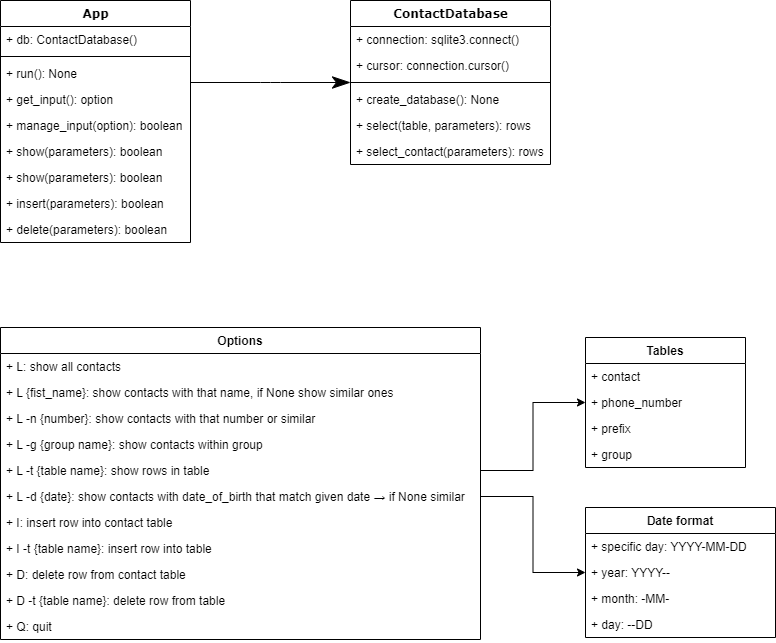
Before: diagram/diagram.png, a diagram exported from draw.io (tom-alexa/ContactDatabase). Source tidied: cells renumbered, new cells last; positions are measured from the earlier drawing's top-left corner, leaving out a move shared by most shapes. Its diagram source:
```xml
<mxGraphModel>
  <root>
    <mxCell id="0" />
    <mxCell id="1" parent="0" />
    <mxCell id="2" value="App" style="swimlane;html=1;fontStyle=1;align=center;verticalAlign=top;horizontal=1;startSize=26;swimlaneFillColor=#ffffff;rounded=0;shadow=0;comic=0;labelBackgroundColor=none;strokeWidth=1;fillColor=none;fontFamily=Verdana;fontSize=12;" parent="1" vertex="1">
      <mxGeometry width="190" height="242" as="geometry" />
    </mxCell>
    <mxCell id="3" value="+ db: ContactDatabase()" style="text;html=1;strokeColor=none;fillColor=none;align=left;verticalAlign=top;spacingLeft=4;spacingRight=4;whiteSpace=wrap;overflow=hidden;" parent="2" vertex="1">
      <mxGeometry y="26" width="190" height="26" as="geometry" />
    </mxCell>
    <mxCell id="4" style="line;html=1;strokeWidth=1;fillColor=none;align=left;verticalAlign=middle;spacingTop=-1;spacingLeft=3;spacingRight=3;labelPosition=right;" parent="2" vertex="1">
      <mxGeometry y="52" width="190" height="8" as="geometry" />
    </mxCell>
    <mxCell id="5" value="+ run(): None" style="text;html=1;strokeColor=none;fillColor=none;align=left;verticalAlign=top;spacingLeft=4;spacingRight=4;whiteSpace=wrap;overflow=hidden;" parent="2" vertex="1">
      <mxGeometry y="60" width="190" height="26" as="geometry" />
    </mxCell>
    <mxCell id="6" value="+ get_input(): option" style="text;html=1;strokeColor=none;fillColor=none;align=left;verticalAlign=top;spacingLeft=4;spacingRight=4;whiteSpace=wrap;overflow=hidden;" parent="2" vertex="1">
      <mxGeometry y="86" width="190" height="26" as="geometry" />
    </mxCell>
    <mxCell id="7" value="+ manage_input(option): boolean" style="text;html=1;strokeColor=none;fillColor=none;align=left;verticalAlign=top;spacingLeft=4;spacingRight=4;whiteSpace=wrap;overflow=hidden;" parent="2" vertex="1">
      <mxGeometry y="112" width="190" height="26" as="geometry" />
    </mxCell>
    <mxCell id="8" value="+ show(parameters): boolean" style="text;html=1;strokeColor=none;fillColor=none;align=left;verticalAlign=top;spacingLeft=4;spacingRight=4;whiteSpace=wrap;overflow=hidden;" parent="2" vertex="1">
      <mxGeometry y="138" width="190" height="26" as="geometry" />
    </mxCell>
    <mxCell id="9" value="+ show(parameters): boolean" style="text;html=1;strokeColor=none;fillColor=none;align=left;verticalAlign=top;spacingLeft=4;spacingRight=4;whiteSpace=wrap;overflow=hidden;" parent="2" vertex="1">
      <mxGeometry y="164" width="190" height="26" as="geometry" />
    </mxCell>
    <mxCell id="10" value="+ insert(parameters): boolean" style="text;html=1;strokeColor=none;fillColor=none;align=left;verticalAlign=top;spacingLeft=4;spacingRight=4;whiteSpace=wrap;overflow=hidden;" parent="2" vertex="1">
      <mxGeometry y="190" width="190" height="26" as="geometry" />
    </mxCell>
    <mxCell id="11" value="+ delete(parameters): boolean" style="text;html=1;strokeColor=none;fillColor=none;align=left;verticalAlign=top;spacingLeft=4;spacingRight=4;whiteSpace=wrap;overflow=hidden;" parent="2" vertex="1">
      <mxGeometry y="216" width="190" height="26" as="geometry" />
    </mxCell>
    <mxCell id="12" value="ContactDatabase" style="swimlane;html=1;fontStyle=1;align=center;verticalAlign=top;horizontal=1;startSize=26;swimlaneFillColor=#ffffff;rounded=0;shadow=0;comic=0;labelBackgroundColor=none;strokeWidth=1;fillColor=none;fontFamily=Verdana;fontSize=12;" parent="1" vertex="1">
      <mxGeometry x="350" width="200" height="164" as="geometry" />
    </mxCell>
    <mxCell id="13" value="+ connection: sqlite3.connect()" style="text;html=1;strokeColor=none;fillColor=none;align=left;verticalAlign=top;spacingLeft=4;spacingRight=4;whiteSpace=wrap;overflow=hidden;" parent="12" vertex="1">
      <mxGeometry y="26" width="200" height="26" as="geometry" />
    </mxCell>
    <mxCell id="14" value="+ cursor: connection.cursor()" style="text;html=1;strokeColor=none;fillColor=none;align=left;verticalAlign=top;spacingLeft=4;spacingRight=4;whiteSpace=wrap;overflow=hidden;" parent="12" vertex="1">
      <mxGeometry y="52" width="200" height="26" as="geometry" />
    </mxCell>
    <mxCell id="15" style="line;html=1;strokeWidth=1;fillColor=none;align=left;verticalAlign=middle;spacingTop=-1;spacingLeft=3;spacingRight=3;labelPosition=right;" parent="12" vertex="1">
      <mxGeometry y="78" width="200" height="8" as="geometry" />
    </mxCell>
    <mxCell id="16" value="+ create_database(): None" style="text;html=1;strokeColor=none;fillColor=none;align=left;verticalAlign=top;spacingLeft=4;spacingRight=4;whiteSpace=wrap;overflow=hidden;" parent="12" vertex="1">
      <mxGeometry y="86" width="200" height="26" as="geometry" />
    </mxCell>
    <mxCell id="17" value="+ select(table, parameters): rows" style="text;html=1;strokeColor=none;fillColor=none;align=left;verticalAlign=top;spacingLeft=4;spacingRight=4;whiteSpace=wrap;overflow=hidden;" parent="12" vertex="1">
      <mxGeometry y="112" width="200" height="26" as="geometry" />
    </mxCell>
    <mxCell id="18" value="+ select_contact(parameters): rows" style="text;html=1;strokeColor=none;fillColor=none;align=left;verticalAlign=top;spacingLeft=4;spacingRight=4;whiteSpace=wrap;overflow=hidden;" parent="12" vertex="1">
      <mxGeometry y="138" width="200" height="26" as="geometry" />
    </mxCell>
    <mxCell id="19" style="edgeStyle=elbowEdgeStyle;html=1;labelBackgroundColor=none;startFill=0;startSize=8;endArrow=classicThin;endFill=1;endSize=16;fontFamily=Verdana;fontSize=12;elbow=vertical;" parent="1" edge="1" source="2" target="12">
      <mxGeometry relative="1" as="geometry" />
    </mxCell>
    <mxCell id="20" value="Options" style="swimlane;fontStyle=1;horizontal=1;startSize=26;fillColor=default;swimlaneFillColor=default;" parent="1" vertex="1">
      <mxGeometry y="327" width="480" height="312" as="geometry" />
    </mxCell>
    <mxCell id="21" value="+ L: show all contacts" style="text;strokeColor=none;fillColor=none;align=left;verticalAlign=top;spacingLeft=4;spacingRight=4;overflow=hidden;" parent="20" vertex="1">
      <mxGeometry y="26" width="480" height="26" as="geometry" />
    </mxCell>
    <mxCell id="22" value="+ L {fist_name}: show contacts with that name, if None show similar ones" style="text;strokeColor=none;fillColor=none;align=left;verticalAlign=top;spacingLeft=4;spacingRight=4;overflow=hidden;" parent="20" vertex="1">
      <mxGeometry y="52" width="480" height="26" as="geometry" />
    </mxCell>
    <mxCell id="23" value="+ L -n {number}: show contacts with that number or similar" style="text;strokeColor=none;fillColor=none;align=left;verticalAlign=top;spacingLeft=4;spacingRight=4;overflow=hidden;" parent="20" vertex="1">
      <mxGeometry y="78" width="480" height="26" as="geometry" />
    </mxCell>
    <mxCell id="24" value="+ L -g {group name}: show contacts within group" style="text;strokeColor=none;fillColor=none;align=left;verticalAlign=top;spacingLeft=4;spacingRight=4;overflow=hidden;" parent="20" vertex="1">
      <mxGeometry y="104" width="480" height="26" as="geometry" />
    </mxCell>
    <mxCell id="25" value="+ L -t {table name}: show rows in table" style="text;strokeColor=none;fillColor=none;align=left;verticalAlign=top;spacingLeft=4;spacingRight=4;overflow=hidden;points=[[0,0.5],[1,0.5]];portConstraint=eastwest;" parent="20" vertex="1">
      <mxGeometry y="130" width="480" height="26" as="geometry" />
    </mxCell>
    <mxCell id="26" value="+ L -d {date}: show contacts with date_of_birth that match given date → if None similar" style="text;strokeColor=none;fillColor=none;align=left;verticalAlign=top;spacingLeft=4;spacingRight=4;overflow=hidden;points=[[0,0.5],[1,0.5]];portConstraint=eastwest;" parent="20" vertex="1">
      <mxGeometry y="156" width="480" height="26" as="geometry" />
    </mxCell>
    <mxCell id="27" value="+ I: insert row into contact table" style="text;strokeColor=none;fillColor=none;align=left;verticalAlign=top;spacingLeft=4;spacingRight=4;overflow=hidden;" parent="20" vertex="1">
      <mxGeometry y="182" width="480" height="26" as="geometry" />
    </mxCell>
    <mxCell id="28" value="+ I -t {table name}: insert row into table" style="text;strokeColor=none;fillColor=none;align=left;verticalAlign=top;spacingLeft=4;spacingRight=4;overflow=hidden;" parent="20" vertex="1">
      <mxGeometry y="208" width="480" height="26" as="geometry" />
    </mxCell>
    <mxCell id="29" value="+ D: delete row from contact table" style="text;strokeColor=none;fillColor=none;align=left;verticalAlign=top;spacingLeft=4;spacingRight=4;overflow=hidden;" parent="20" vertex="1">
      <mxGeometry y="234" width="480" height="26" as="geometry" />
    </mxCell>
    <mxCell id="30" value="+ D -t {table name}: delete row from table" style="text;strokeColor=none;fillColor=none;align=left;verticalAlign=top;spacingLeft=4;spacingRight=4;overflow=hidden;" parent="20" vertex="1">
      <mxGeometry y="260" width="480" height="26" as="geometry" />
    </mxCell>
    <mxCell id="31" value="+ Q: quit" style="text;strokeColor=none;fillColor=none;align=left;verticalAlign=top;spacingLeft=4;spacingRight=4;overflow=hidden;" parent="20" vertex="1">
      <mxGeometry y="286" width="480" height="26" as="geometry" />
    </mxCell>
    <mxCell id="32" value="Date format" style="swimlane;fontStyle=1;align=center;verticalAlign=top;horizontal=1;startSize=26;swimlaneFillColor=default;" parent="1" vertex="1">
      <mxGeometry x="585" y="507" width="190" height="130" as="geometry" />
    </mxCell>
    <mxCell id="33" value="+ specific day: YYYY-MM-DD" style="text;strokeColor=none;fillColor=none;align=left;verticalAlign=top;spacingLeft=4;spacingRight=4;overflow=hidden;" parent="32" vertex="1">
      <mxGeometry y="26" width="190" height="26" as="geometry" />
    </mxCell>
    <mxCell id="34" value="+ year: YYYY--" style="text;strokeColor=none;fillColor=none;align=left;verticalAlign=top;spacingLeft=4;spacingRight=4;overflow=hidden;" parent="32" vertex="1">
      <mxGeometry y="52" width="190" height="26" as="geometry" />
    </mxCell>
    <mxCell id="35" value="+ month: -MM-" style="text;strokeColor=none;fillColor=none;align=left;verticalAlign=top;spacingLeft=4;spacingRight=4;overflow=hidden;" parent="32" vertex="1">
      <mxGeometry y="78" width="190" height="26" as="geometry" />
    </mxCell>
    <mxCell id="36" value="+ day: --DD" style="text;strokeColor=none;fillColor=none;align=left;verticalAlign=top;spacingLeft=4;spacingRight=4;overflow=hidden;" parent="32" vertex="1">
      <mxGeometry y="104" width="190" height="26" as="geometry" />
    </mxCell>
    <mxCell id="37" style="endArrow=classic;html=1;rounded=0;edgeStyle=orthogonalEdgeStyle;" parent="1" edge="1" source="26" target="32">
      <mxGeometry relative="1" as="geometry" />
    </mxCell>
    <mxCell id="38" value="Tables" style="swimlane;fontStyle=1;align=center;verticalAlign=top;horizontal=1;startSize=26;swimlaneFillColor=default;" parent="1" vertex="1">
      <mxGeometry x="585" y="337" width="160" height="130" as="geometry" />
    </mxCell>
    <mxCell id="39" value="+ contact" style="text;strokeColor=none;fillColor=none;align=left;verticalAlign=top;spacingLeft=4;spacingRight=4;overflow=hidden;" parent="38" vertex="1">
      <mxGeometry y="26" width="160" height="26" as="geometry" />
    </mxCell>
    <mxCell id="40" value="+ phone_number" style="text;strokeColor=none;fillColor=none;align=left;verticalAlign=top;spacingLeft=4;spacingRight=4;overflow=hidden;" parent="38" vertex="1">
      <mxGeometry y="52" width="160" height="26" as="geometry" />
    </mxCell>
    <mxCell id="41" value="+ prefix" style="text;strokeColor=none;fillColor=none;align=left;verticalAlign=top;spacingLeft=4;spacingRight=4;overflow=hidden;" parent="38" vertex="1">
      <mxGeometry y="78" width="160" height="26" as="geometry" />
    </mxCell>
    <mxCell id="42" value="+ group" style="text;strokeColor=none;fillColor=none;align=left;verticalAlign=top;spacingLeft=4;spacingRight=4;overflow=hidden;" parent="38" vertex="1">
      <mxGeometry y="104" width="160" height="26" as="geometry" />
    </mxCell>
    <mxCell id="43" style="endArrow=classic;html=1;rounded=0;edgeStyle=orthogonalEdgeStyle;" parent="1" edge="1" source="25" target="38">
      <mxGeometry relative="1" as="geometry" />
    </mxCell>
  </root>
</mxGraphModel>
```
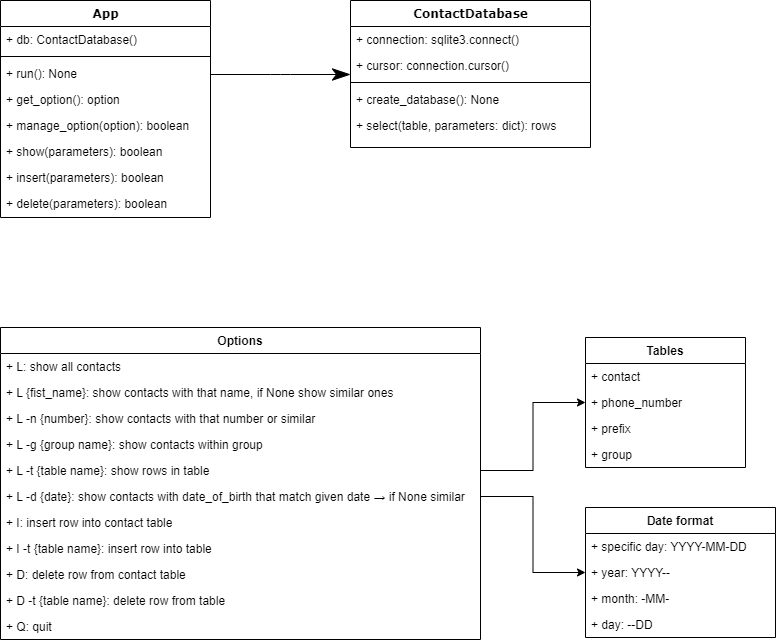
After the commit.

Commit message:
Add database schema

Change to the diagram source:
```diff
@@ -2,57 +2,51 @@
   <root>
     <mxCell id="0" />
     <mxCell id="1" parent="0" />
-    <mxCell id="2" value="App" style="swimlane;html=1;fontStyle=1;align=center;verticalAlign=top;horizontal=1;startSize=26;swimlaneFillColor=#ffffff;rounded=0;shadow=0;comic=0;labelBackgroundColor=none;strokeWidth=1;fillColor=none;fontFamily=Verdana;fontSize=12;" parent="1" vertex="1">
-      <mxGeometry width="190" height="242" as="geometry" />
+    <mxCell id="2" value="App" style="swimlane;html=1;fontStyle=1;align=center;verticalAlign=top;horizontal=1;startSize=26;swimlaneFillColor=#ffffff;rounded=0;shadow=0;comic=0;labelBackgroundColor=none;strokeWidth=1;fillColor=default;fontFamily=Verdana;fontSize=12;" parent="1" vertex="1">
+      <mxGeometry width="210" height="217" as="geometry" />
     </mxCell>
     <mxCell id="3" value="+ db: ContactDatabase()" style="text;html=1;strokeColor=none;fillColor=none;align=left;verticalAlign=top;spacingLeft=4;spacingRight=4;whiteSpace=wrap;overflow=hidden;" parent="2" vertex="1">
-      <mxGeometry y="26" width="190" height="26" as="geometry" />
+      <mxGeometry y="26" width="210" height="26" as="geometry" />
     </mxCell>
     <mxCell id="4" style="line;html=1;strokeWidth=1;fillColor=none;align=left;verticalAlign=middle;spacingTop=-1;spacingLeft=3;spacingRight=3;labelPosition=right;" parent="2" vertex="1">
-      <mxGeometry y="52" width="190" height="8" as="geometry" />
+      <mxGeometry y="52" width="210" height="8" as="geometry" />
     </mxCell>
     <mxCell id="5" value="+ run(): None" style="text;html=1;strokeColor=none;fillColor=none;align=left;verticalAlign=top;spacingLeft=4;spacingRight=4;whiteSpace=wrap;overflow=hidden;" parent="2" vertex="1">
-      <mxGeometry y="60" width="190" height="26" as="geometry" />
+      <mxGeometry y="60" width="210" height="26" as="geometry" />
     </mxCell>
-    <mxCell id="6" value="+ get_input(): option" style="text;html=1;strokeColor=none;fillColor=none;align=left;verticalAlign=top;spacingLeft=4;spacingRight=4;whiteSpace=wrap;overflow=hidden;" parent="2" vertex="1">
-      <mxGeometry y="86" width="190" height="26" as="geometry" />
+    <mxCell id="6" value="+ get_option(): option" style="text;html=1;strokeColor=none;fillColor=none;align=left;verticalAlign=top;spacingLeft=4;spacingRight=4;whiteSpace=wrap;overflow=hidden;" parent="2" vertex="1">
+      <mxGeometry y="86" width="210" height="26" as="geometry" />
     </mxCell>
-    <mxCell id="7" value="+ manage_input(option): boolean" style="text;html=1;strokeColor=none;fillColor=none;align=left;verticalAlign=top;spacingLeft=4;spacingRight=4;whiteSpace=wrap;overflow=hidden;" parent="2" vertex="1">
-      <mxGeometry y="112" width="190" height="26" as="geometry" />
+    <mxCell id="7" value="+ manage_option(option): boolean" style="text;html=1;strokeColor=none;fillColor=none;align=left;verticalAlign=top;spacingLeft=4;spacingRight=4;whiteSpace=wrap;overflow=hidden;" parent="2" vertex="1">
+      <mxGeometry y="112" width="210" height="26" as="geometry" />
     </mxCell>
     <mxCell id="8" value="+ show(parameters): boolean" style="text;html=1;strokeColor=none;fillColor=none;align=left;verticalAlign=top;spacingLeft=4;spacingRight=4;whiteSpace=wrap;overflow=hidden;" parent="2" vertex="1">
-      <mxGeometry y="138" width="190" height="26" as="geometry" />
+      <mxGeometry y="138" width="210" height="26" as="geometry" />
     </mxCell>
-    <mxCell id="9" value="+ show(parameters): boolean" style="text;html=1;strokeColor=none;fillColor=none;align=left;verticalAlign=top;spacingLeft=4;spacingRight=4;whiteSpace=wrap;overflow=hidden;" parent="2" vertex="1">
-      <mxGeometry y="164" width="190" height="26" as="geometry" />
-    </mxCell>
     <mxCell id="10" value="+ insert(parameters): boolean" style="text;html=1;strokeColor=none;fillColor=none;align=left;verticalAlign=top;spacingLeft=4;spacingRight=4;whiteSpace=wrap;overflow=hidden;" parent="2" vertex="1">
-      <mxGeometry y="190" width="190" height="26" as="geometry" />
+      <mxGeometry y="164" width="210" height="26" as="geometry" />
     </mxCell>
     <mxCell id="11" value="+ delete(parameters): boolean" style="text;html=1;strokeColor=none;fillColor=none;align=left;verticalAlign=top;spacingLeft=4;spacingRight=4;whiteSpace=wrap;overflow=hidden;" parent="2" vertex="1">
-      <mxGeometry y="216" width="190" height="26" as="geometry" />
+      <mxGeometry y="190" width="210" height="26" as="geometry" />
     </mxCell>
-    <mxCell id="12" value="ContactDatabase" style="swimlane;html=1;fontStyle=1;align=center;verticalAlign=top;horizontal=1;startSize=26;swimlaneFillColor=#ffffff;rounded=0;shadow=0;comic=0;labelBackgroundColor=none;strokeWidth=1;fillColor=none;fontFamily=Verdana;fontSize=12;" parent="1" vertex="1">
-      <mxGeometry x="350" width="200" height="164" as="geometry" />
+    <mxCell id="12" value="ContactDatabase" style="swimlane;html=1;fontStyle=1;align=center;verticalAlign=top;horizontal=1;startSize=26;swimlaneFillColor=#ffffff;rounded=0;shadow=0;comic=0;labelBackgroundColor=none;strokeWidth=1;fillColor=default;fontFamily=Verdana;fontSize=12;" parent="1" vertex="1">
+      <mxGeometry x="350" width="240" height="147" as="geometry" />
     </mxCell>
     <mxCell id="13" value="+ connection: sqlite3.connect()" style="text;html=1;strokeColor=none;fillColor=none;align=left;verticalAlign=top;spacingLeft=4;spacingRight=4;whiteSpace=wrap;overflow=hidden;" parent="12" vertex="1">
-      <mxGeometry y="26" width="200" height="26" as="geometry" />
+      <mxGeometry y="26" width="240" height="26" as="geometry" />
     </mxCell>
     <mxCell id="14" value="+ cursor: connection.cursor()" style="text;html=1;strokeColor=none;fillColor=none;align=left;verticalAlign=top;spacingLeft=4;spacingRight=4;whiteSpace=wrap;overflow=hidden;" parent="12" vertex="1">
-      <mxGeometry y="52" width="200" height="26" as="geometry" />
+      <mxGeometry y="52" width="240" height="26" as="geometry" />
     </mxCell>
     <mxCell id="15" style="line;html=1;strokeWidth=1;fillColor=none;align=left;verticalAlign=middle;spacingTop=-1;spacingLeft=3;spacingRight=3;labelPosition=right;" parent="12" vertex="1">
-      <mxGeometry y="78" width="200" height="8" as="geometry" />
+      <mxGeometry y="78" width="240" height="8" as="geometry" />
     </mxCell>
     <mxCell id="16" value="+ create_database(): None" style="text;html=1;strokeColor=none;fillColor=none;align=left;verticalAlign=top;spacingLeft=4;spacingRight=4;whiteSpace=wrap;overflow=hidden;" parent="12" vertex="1">
-      <mxGeometry y="86" width="200" height="26" as="geometry" />
+      <mxGeometry y="86" width="240" height="26" as="geometry" />
     </mxCell>
-    <mxCell id="17" value="+ select(table, parameters): rows" style="text;html=1;strokeColor=none;fillColor=none;align=left;verticalAlign=top;spacingLeft=4;spacingRight=4;whiteSpace=wrap;overflow=hidden;" parent="12" vertex="1">
-      <mxGeometry y="112" width="200" height="26" as="geometry" />
+    <mxCell id="17" value="+ select(table, parameters: dict): rows" style="text;html=1;strokeColor=none;fillColor=none;align=left;verticalAlign=top;spacingLeft=4;spacingRight=4;whiteSpace=wrap;overflow=hidden;" parent="12" vertex="1">
+      <mxGeometry y="112" width="240" height="26" as="geometry" />
     </mxCell>
-    <mxCell id="18" value="+ select_contact(parameters): rows" style="text;html=1;strokeColor=none;fillColor=none;align=left;verticalAlign=top;spacingLeft=4;spacingRight=4;whiteSpace=wrap;overflow=hidden;" parent="12" vertex="1">
-      <mxGeometry y="138" width="200" height="26" as="geometry" />
-    </mxCell>
     <mxCell id="19" style="edgeStyle=elbowEdgeStyle;html=1;labelBackgroundColor=none;startFill=0;startSize=8;endArrow=classicThin;endFill=1;endSize=16;fontFamily=Verdana;fontSize=12;elbow=vertical;" parent="1" edge="1" source="2" target="12">
       <mxGeometry relative="1" as="geometry" />
     </mxCell>
```
